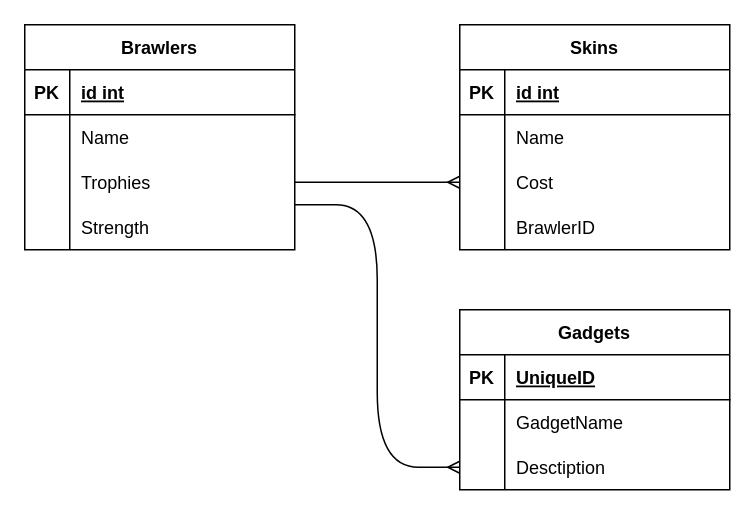
The draw.io diagram СУБД/BrawlStars.drawio in MrAnatoliy/IKBO_27_21, before the edit. Source tidied: cells renumbered, new cells numbered last; positions are measured from the earlier drawing's top-left corner, leaving out a move shared by most shapes. Both pictures are drawn from the tidied source at 150%, with x=0, y=0 at pixel (24, 24).
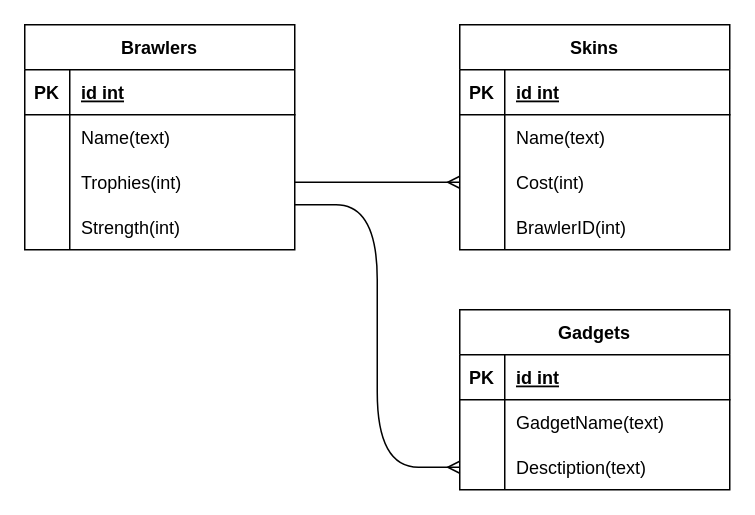
After the change.

Unchanged cells that the change refers to:
```xml
<mxCell id="6" style="shape=tableRow;horizontal=0;startSize=0;swimlaneHead=0;swimlaneBody=0;fillColor=none;top=0;left=0;right=0;bottom=0;" parent="2" vertex="1">
  <mxGeometry y="60" width="180" height="30" as="geometry" />
</mxCell>
<mxCell id="9" style="shape=tableRow;horizontal=0;startSize=0;swimlaneHead=0;swimlaneBody=0;fillColor=none;points=[[0,0.5],[1,0.5]];portConstraint=eastwest;top=0;left=0;right=0;bottom=0;" parent="2" vertex="1">
  <mxGeometry y="90" width="180" height="30" as="geometry" />
</mxCell>
<mxCell id="12" style="shape=tableRow;horizontal=0;startSize=0;swimlaneHead=0;swimlaneBody=0;fillColor=none;points=[[0,0.5],[1,0.5]];portConstraint=eastwest;top=0;left=0;right=0;bottom=0;" parent="2" vertex="1">
  <mxGeometry y="120" width="180" height="30" as="geometry" />
</mxCell>
<mxCell id="19" style="shape=tableRow;horizontal=0;startSize=0;swimlaneHead=0;swimlaneBody=0;fillColor=none;top=0;left=0;right=0;bottom=0;" parent="15" vertex="1">
  <mxGeometry y="60" width="180" height="30" as="geometry" />
</mxCell>
<mxCell id="22" style="shape=tableRow;horizontal=0;startSize=0;swimlaneHead=0;swimlaneBody=0;fillColor=none;points=[[0,0.5],[1,0.5]];portConstraint=eastwest;top=0;left=0;right=0;bottom=0;" parent="15" vertex="1">
  <mxGeometry y="90" width="180" height="30" as="geometry" />
</mxCell>
<mxCell id="25" style="shape=tableRow;horizontal=0;startSize=0;swimlaneHead=0;swimlaneBody=0;fillColor=none;top=0;left=0;right=0;bottom=0;" parent="15" vertex="1">
  <mxGeometry y="120" width="180" height="30" as="geometry" />
</mxCell>
<mxCell id="30" style="shape=tableRow;horizontal=0;startSize=0;swimlaneHead=0;swimlaneBody=0;fillColor=none;top=0;left=0;right=0;bottom=1;" parent="29" vertex="1">
  <mxGeometry y="30" width="180" height="30" as="geometry" />
</mxCell>
<mxCell id="33" style="shape=tableRow;horizontal=0;startSize=0;swimlaneHead=0;swimlaneBody=0;fillColor=none;top=0;left=0;right=0;bottom=0;" parent="29" vertex="1">
  <mxGeometry y="60" width="180" height="30" as="geometry" />
</mxCell>
<mxCell id="36" style="shape=tableRow;horizontal=0;startSize=0;swimlaneHead=0;swimlaneBody=0;fillColor=none;points=[[0,0.5],[1,0.5]];portConstraint=eastwest;top=0;left=0;right=0;bottom=0;" parent="29" vertex="1">
  <mxGeometry y="90" width="180" height="30" as="geometry" />
</mxCell>
```

Diff of the diagram source:
```diff
@@
-    <mxCell id="8" value="Name" style="shape=partialRectangle;fillColor=none;top=0;left=0;bottom=0;right=0;align=left;spacingLeft=6;overflow=hidden;" parent="6" vertex="1">
+    <mxCell id="8" value="Name(text)" style="shape=partialRectangle;fillColor=none;top=0;left=0;bottom=0;right=0;align=left;spacingLeft=6;overflow=hidden;" parent="6" vertex="1">
       <mxGeometry x="30" width="150" height="30" as="geometry" />
     </mxCell>
@@
-    <mxCell id="11" value="Trophies" style="shape=partialRectangle;fillColor=none;top=0;left=0;bottom=0;right=0;align=left;spacingLeft=6;overflow=hidden;" parent="9" vertex="1">
+    <mxCell id="11" value="Trophies(int)" style="shape=partialRectangle;fillColor=none;top=0;left=0;bottom=0;right=0;align=left;spacingLeft=6;overflow=hidden;" parent="9" vertex="1">
       <mxGeometry x="30" width="150" height="30" as="geometry" />
     </mxCell>
@@
-    <mxCell id="14" value="Strength" style="shape=partialRectangle;fillColor=none;top=0;left=0;bottom=0;right=0;align=left;spacingLeft=6;overflow=hidden;" parent="12" vertex="1">
+    <mxCell id="14" value="Strength(int)" style="shape=partialRectangle;fillColor=none;top=0;left=0;bottom=0;right=0;align=left;spacingLeft=6;overflow=hidden;" parent="12" vertex="1">
       <mxGeometry x="30" width="150" height="30" as="geometry" />
     </mxCell>
@@
-    <mxCell id="21" value="Name" style="shape=partialRectangle;fillColor=none;top=0;left=0;bottom=0;right=0;align=left;spacingLeft=6;overflow=hidden;" parent="19" vertex="1">
+    <mxCell id="21" value="Name(text)" style="shape=partialRectangle;fillColor=none;top=0;left=0;bottom=0;right=0;align=left;spacingLeft=6;overflow=hidden;" parent="19" vertex="1">
       <mxGeometry x="30" width="150" height="30" as="geometry" />
     </mxCell>
@@
-    <mxCell id="24" value="Cost" style="shape=partialRectangle;fillColor=none;top=0;left=0;bottom=0;right=0;align=left;spacingLeft=6;overflow=hidden;" parent="22" vertex="1">
+    <mxCell id="24" value="Cost(int)" style="shape=partialRectangle;fillColor=none;top=0;left=0;bottom=0;right=0;align=left;spacingLeft=6;overflow=hidden;" parent="22" vertex="1">
       <mxGeometry x="30" width="150" height="30" as="geometry" />
     </mxCell>
@@
-    <mxCell id="27" value="BrawlerID" style="shape=partialRectangle;fillColor=none;top=0;left=0;bottom=0;right=0;align=left;spacingLeft=6;overflow=hidden;" parent="25" vertex="1">
+    <mxCell id="27" value="BrawlerID(int)" style="shape=partialRectangle;fillColor=none;top=0;left=0;bottom=0;right=0;align=left;spacingLeft=6;overflow=hidden;" parent="25" vertex="1">
       <mxGeometry x="30" width="150" height="30" as="geometry" />
     </mxCell>
@@
-    <mxCell id="32" value="UniqueID" style="shape=partialRectangle;fillColor=none;top=0;left=0;bottom=0;right=0;align=left;spacingLeft=6;fontStyle=5;overflow=hidden;" parent="30" vertex="1">
+    <mxCell id="32" value="id int" style="shape=partialRectangle;fillColor=none;top=0;left=0;bottom=0;right=0;align=left;spacingLeft=6;fontStyle=5;overflow=hidden;" parent="30" vertex="1">
       <mxGeometry x="30" width="150" height="30" as="geometry" />
     </mxCell>
@@
-    <mxCell id="35" value="GadgetName" style="shape=partialRectangle;fillColor=none;top=0;left=0;bottom=0;right=0;align=left;spacingLeft=6;overflow=hidden;" parent="33" vertex="1">
+    <mxCell id="35" value="GadgetName(text)" style="shape=partialRectangle;fillColor=none;top=0;left=0;bottom=0;right=0;align=left;spacingLeft=6;overflow=hidden;" parent="33" vertex="1">
       <mxGeometry x="30" width="150" height="30" as="geometry" />
     </mxCell>
@@
-    <mxCell id="38" value="Desctiption" style="shape=partialRectangle;fillColor=none;top=0;left=0;bottom=0;right=0;align=left;spacingLeft=6;overflow=hidden;" parent="36" vertex="1">
+    <mxCell id="38" value="Desctiption(text)" style="shape=partialRectangle;fillColor=none;top=0;left=0;bottom=0;right=0;align=left;spacingLeft=6;overflow=hidden;" parent="36" vertex="1">
       <mxGeometry x="30" width="150" height="30" as="geometry" />
     </mxCell>
```
